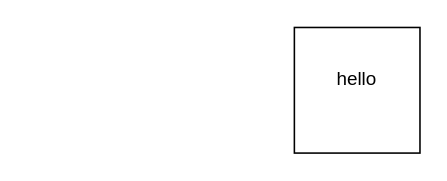
Earlier version of the draw.io diagram Untitled Diagram.drawio (javalulu/BookRental_Project). Source tidied: cells renumbered, new cells numbered last; positions are measured from the earlier drawing's top-left corner, leaving out a move shared by most shapes. Both pictures are drawn from the tidied source at 157%, with x=0, y=0 at pixel (294, 27).
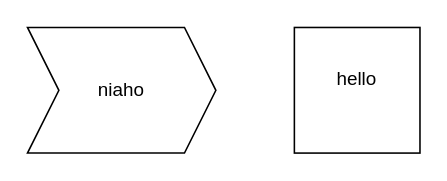
The same page after the edit.

Diff of the diagram source:
```diff
@@
 <mxGraphModel>
   <root>
     <mxCell id="0" />
     <mxCell id="1" parent="0" />
     <mxCell id="2" value="hello&lt;div&gt;&lt;br&gt;&lt;/div&gt;" style="whiteSpace=wrap;html=1;" parent="1" vertex="1">
       <mxGeometry width="80" height="80" as="geometry" />
     </mxCell>
+    <mxCell id="3" value="niaho" style="shape=step;perimeter=stepPerimeter;whiteSpace=wrap;html=1;fixedSize=1;" parent="1" vertex="1">
+      <mxGeometry x="-170" width="120" height="80" as="geometry" />
+    </mxCell>
   </root>
 </mxGraphModel>
```
